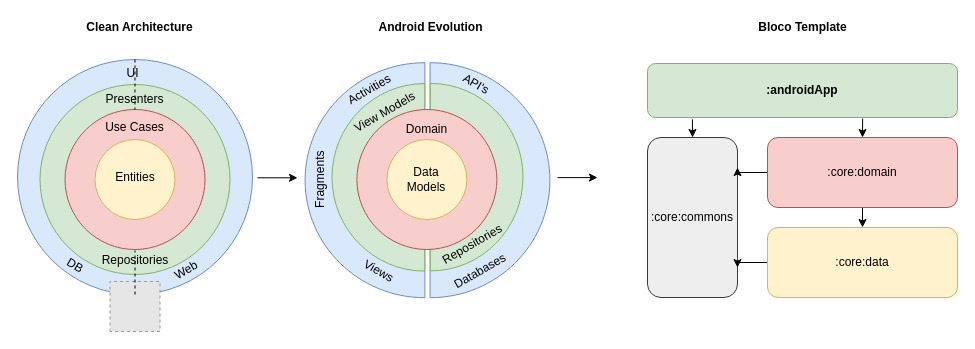
This is images/AndroidTemplate-CleanArchitecture.drawio from blocoio/android-template, a draw.io file, before an edit. Source tidied: cells renumbered, new cells numbered last; positions are measured from the earlier drawing's top-left corner, leaving out a move shared by most shapes. Both pictures are drawn from the tidied source at 100%, with x=0, y=0 at pixel (17, 17). Pictures stored in the file or linked from it are replaced by grey dashed boxes.
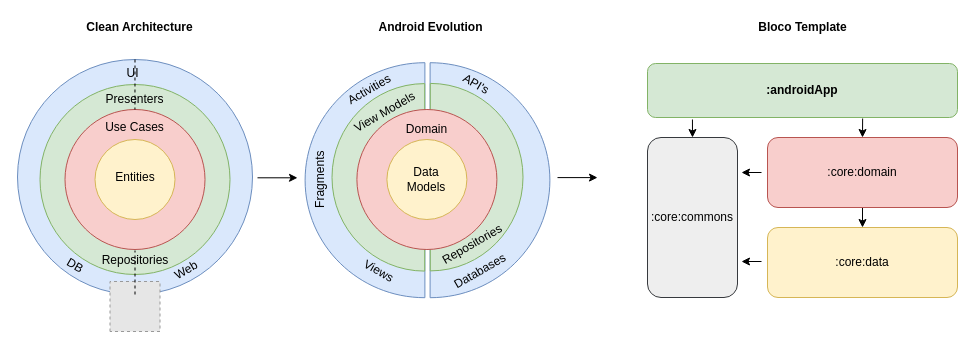
The same page after the edit.

The change refers to these unchanged cells:
```xml
<mxCell id="38" value=":core:commons" style="rounded=1;whiteSpace=wrap;html=1;fillColor=#eeeeee;strokeColor=#36393d;" parent="1" vertex="1">
  <mxGeometry x="630" y="120" width="90" height="160" as="geometry" />
</mxCell>
<mxCell id="42" value=":core:domain" style="rounded=1;whiteSpace=wrap;html=1;fillColor=#f8cecc;strokeColor=#b85450;" parent="1" vertex="1">
  <mxGeometry x="750" y="120" width="190" height="70" as="geometry" />
</mxCell>
<mxCell id="44" value=":core:data" style="rounded=1;whiteSpace=wrap;html=1;fillColor=#fff2cc;strokeColor=#d6b656;" parent="1" vertex="1">
  <mxGeometry x="750" y="210" width="190" height="70" as="geometry" />
</mxCell>
```

Change to the diagram source:
```diff
@@
-    <mxCell id="40" style="edgeStyle=orthogonalEdgeStyle;rounded=0;jettySize=auto;html=1;exitX=0;exitY=0.5;exitDx=0;exitDy=0;entryX=1;entryY=0.188;entryDx=0;entryDy=0;entryPerimeter=0;fontFamily=Helvetica;fontSize=12;fontColor=default;" parent="1" edge="1" source="42" target="38">
-      <mxGeometry relative="1" as="geometry" />
-    </mxCell>
@@
-    <mxCell id="43" style="edgeStyle=orthogonalEdgeStyle;rounded=0;jettySize=auto;html=1;exitX=0;exitY=0.5;exitDx=0;exitDy=0;entryX=1;entryY=0.813;entryDx=0;entryDy=0;entryPerimeter=0;fontFamily=Helvetica;fontSize=12;fontColor=default;" parent="1" edge="1" source="44" target="38">
-      <mxGeometry relative="1" as="geometry" />
-    </mxCell>
@@
+    <mxCell id="45" style="endArrow=classic;html=1;exitX=0;exitY=0.5;exitDx=0;exitDy=0;" parent="1" edge="1">
+      <mxGeometry relative="1" as="geometry">
+        <mxPoint x="744" y="155" as="sourcePoint" />
+        <mxPoint x="724" y="155" as="targetPoint" />
+      </mxGeometry>
+    </mxCell>
+    <mxCell id="46" style="endArrow=classic;html=1;exitX=0;exitY=0.5;exitDx=0;exitDy=0;" parent="1" edge="1">
+      <mxGeometry relative="1" as="geometry">
+        <mxPoint x="744" y="244" as="sourcePoint" />
+        <mxPoint x="724" y="244" as="targetPoint" />
+      </mxGeometry>
+    </mxCell>
```
